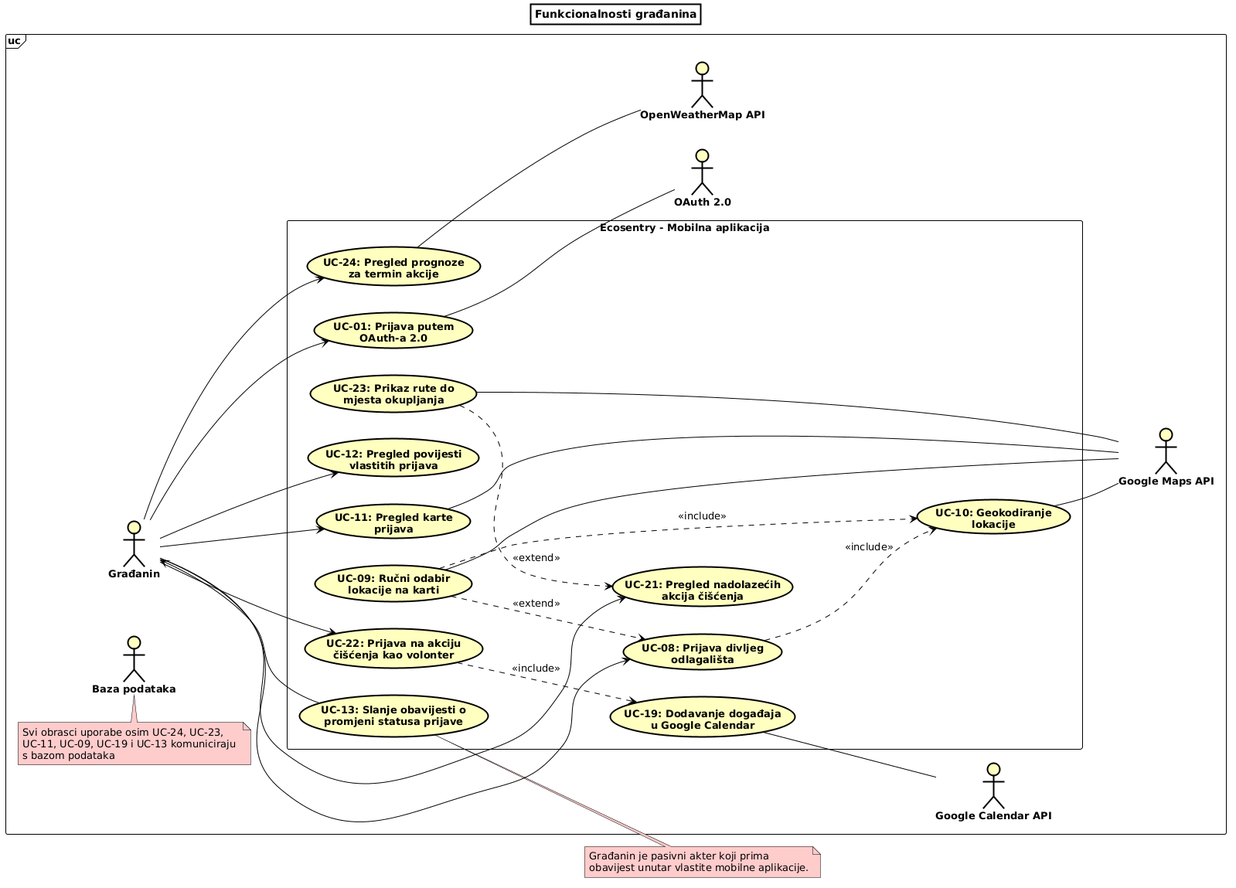
The PlantUML diagram docs/assets/diagrams/3-1-1-gradanin-UC-v2.png in lovretomic/garbagebusters, before a commit.
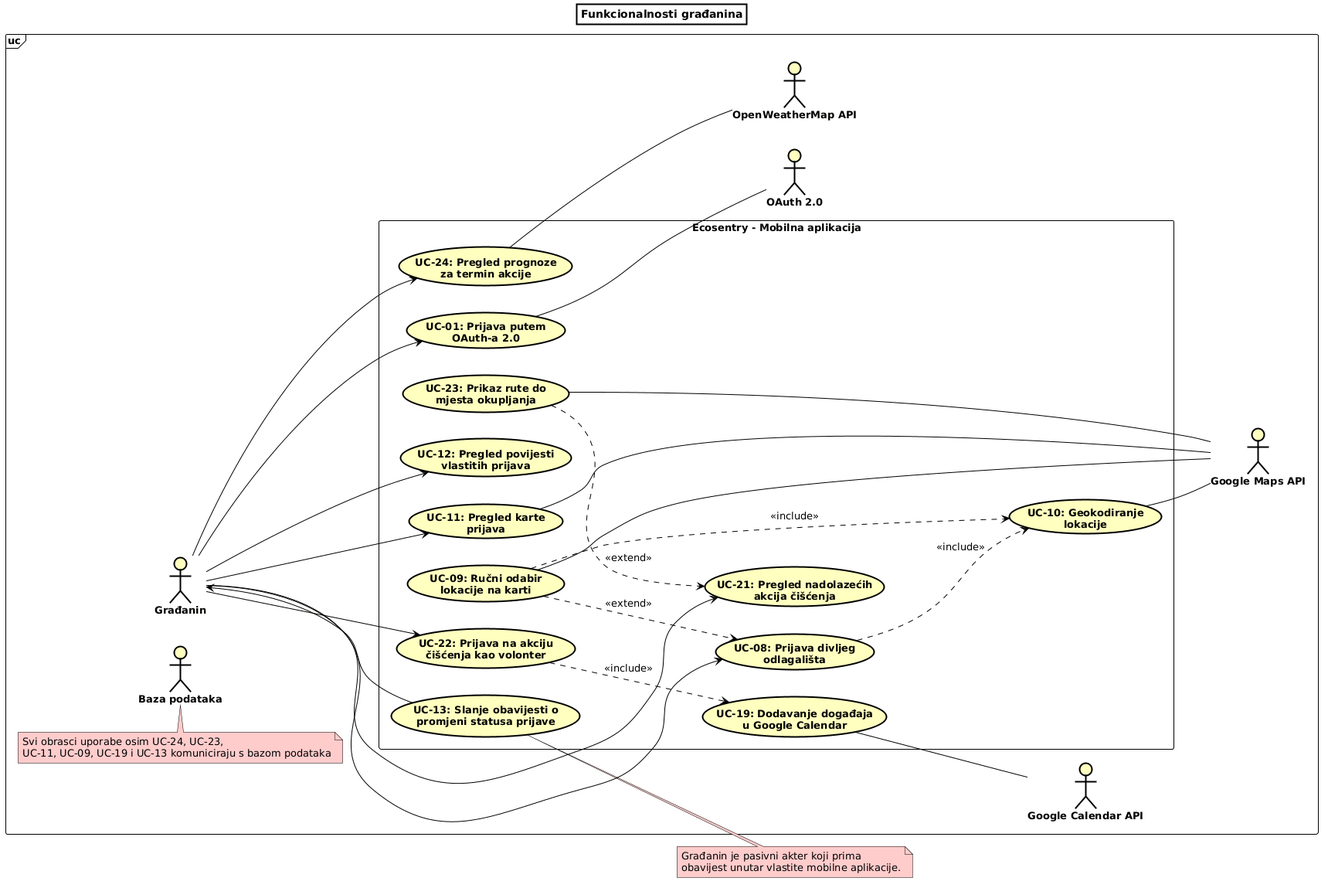
Above is the later version.

Commit message:
Dodavanje PUML datoteka za obrasce korištenja

The edit, as a diff of the source:
```diff
@@ -34,63 +34,63 @@
 title Funkcionalnosti građanina
 
 frame "uc" {
+actor "Baza podataka" as BP
+note top of BP
+Svi obrasci uporabe osim UC-24, UC-23,
+UC-11, UC-09, UC-19 i UC-13 komuniciraju s bazom podataka
+end note
+actor "Građanin" as GRAD
 
-actor "Baza podataka" as DB
-note top of DB
-Svi obrasci uporabe osim UC-24, UC-23,
-UC-11, UC-09, UC-19 i UC-13 komuniciraju
-s bazom podataka
-end note
-  actor "Građanin" as A01
-
-  rectangle "Ecosentry - Mobilna aplikacija" as SYS {
-    usecase "UC-01: Prijava putem\nOAuth-a 2.0" as UC001
-
-    usecase "UC-08: Prijava divljeg\nodlagališta" as UC008
-    usecase "UC-09: Ručni odabir\nlokacije na karti" as UC009
-    usecase "UC-10: Geokodiranje\nlokacije" as UC010
-
-    usecase "UC-11: Pregled karte\nprijava" as UC011
-    usecase "UC-12: Pregled povijesti\nvlastitih prijava" as UC012
-    usecase "UC-13: Slanje obavijesti o\npromjeni statusa prijave" as UC013
-
-    usecase "UC-21: Pregled nadolazećih\nakcija čišćenja" as UC021
-    usecase "UC-22: Prijava na akciju\nčišćenja kao volonter" as UC022
-    usecase "UC-23: Prikaz rute do\nmjesta okupljanja" as UC023
-    usecase "UC-24: Pregled prognoze\nza termin akcije" as UC024
-    usecase "UC-19: Dodavanje događaja\nu Google Calendar" as UC019
-  }
-
-  actor "OAuth 2.0" as OAUTH
-  actor "Google Maps API" as MAPS
-  actor "Google Calendar API" as CAL
-  actor "OpenWeatherMap API" as OWM
+rectangle "Ecosentry - Mobilna aplikacija" as SUS {
+    usecase "UC-01: Prijava putem\nOAuth-a 2.0" as UC01
+    usecase "UC-08: Prijava divljeg\nodlagališta" as UC08
+    usecase "UC-09: Ručni odabir\nlokacije na karti" as UC09
+    usecase "UC-10: Geokodiranje\nlokacije" as UC10
+    usecase "UC-11: Pregled karte\nprijava" as UC11
+    usecase "UC-12: Pregled povijesti\nvlastitih prijava" as UC12
+    usecase "UC-13: Slanje obavijesti o\npromjeni statusa prijave" as UC13
+    usecase "UC-21: Pregled nadolazećih\nakcija čišćenja" as UC21
+    usecase "UC-22: Prijava na akciju\nčišćenja kao volonter" as UC22
+    usecase "UC-23: Prikaz rute do\nmjesta okupljanja" as UC23
+    usecase "UC-24: Pregled prognoze\nza termin akcije" as UC24
+    usecase "UC-19: Dodavanje događaja\nu Google Calendar" as UC19
 }
 
-A01 --> UC001
-A01 --> UC008
-A01 --> UC011
-A01 --> UC012
-A01 --> UC021
-A01 --> UC022
-A01 --> UC024
-UC013 --> A01
+actor "OAuth 2.0" as OAUTH
+actor "Google Maps API" as MAPS
+actor "Google Calendar API" as CAL
+actor "OpenWeatherMap API" as OWM
+}
 
-UC008 ..> UC010 : <<include>>
-UC009 ..> UC010 : <<include>>
-UC009 ..> UC008 : <<extend>>
-UC022 ..> UC019 : <<include>>
-UC023 ..> UC021 : <<extend>>
+GRAD --> UC01
+UC11 -- MAPS
+GRAD --> UC11
 
-UC001 -- OAUTH
-UC009 -- MAPS
-UC010 -- MAPS
-UC011 -- MAPS
-UC023 -- MAPS
-UC019 -- CAL
-UC024 -- OWM
+GRAD --> UC22
+UC10 -- MAPS
+UC09 ..> UC08 : <<extend>>
+UC23 -- MAPS
+GRAD --> UC24
+GRAD --> UC12
+UC09 ..> UC10 : <<include>>
 
-note right of UC013
+UC22 ..> UC19 : <<include>>
+
+GRAD --> UC21
+UC13 --> GRAD
+GRAD --> UC08
+
+UC08 ..> UC10 : <<include>>
+
+UC23 ..> UC21 : <<extend>>
+
+UC01 -- OAUTH
+UC09 -- MAPS
+
+UC19 -- CAL
+UC24 -- OWM
+
+note right of UC13
 Građanin je pasivni akter koji prima
 obavijest unutar vlastite mobilne aplikacije.
 end note
```
